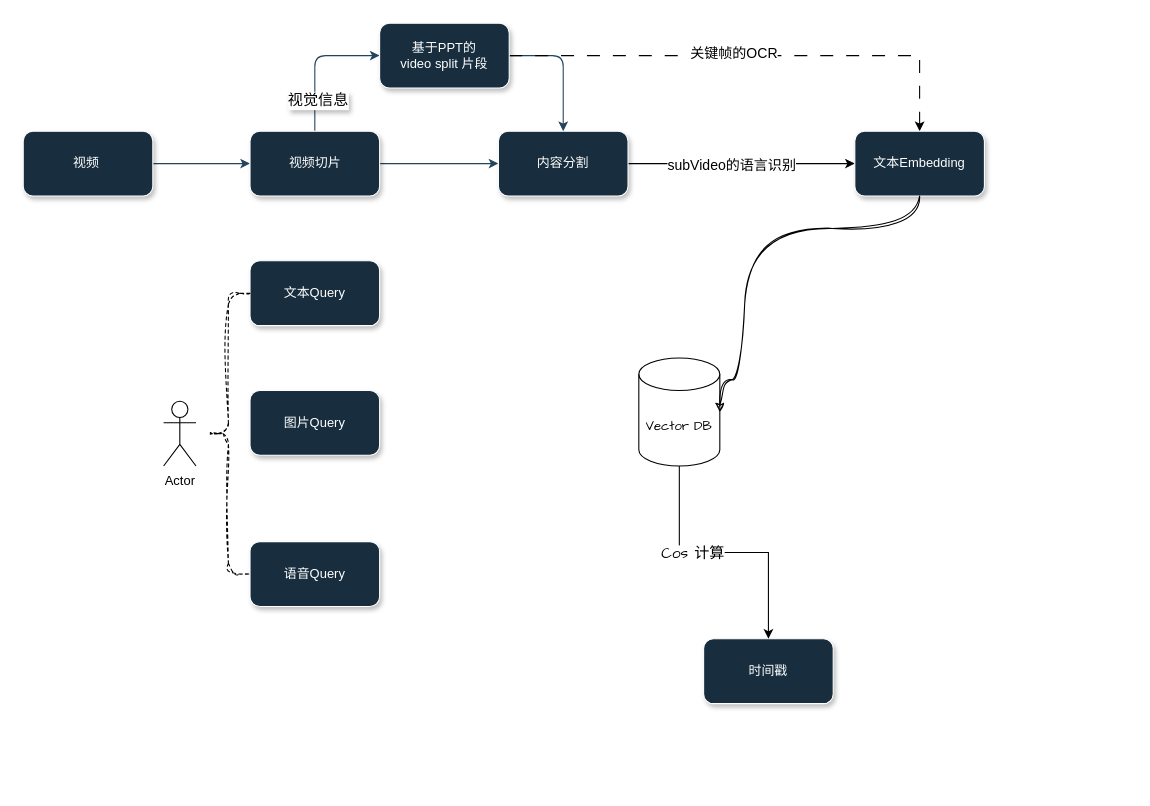
Above: Research_framework.drawio in ActiveSky/Drawio-repo (draw.io), before the change. Source tidied: cells renumbered, new cells numbered last; positions are measured from the earlier drawing's top-left corner, leaving out a move shared by most shapes. Both pictures are drawn from the tidied source at 108%, with x=0, y=0 at pixel (23, 23).
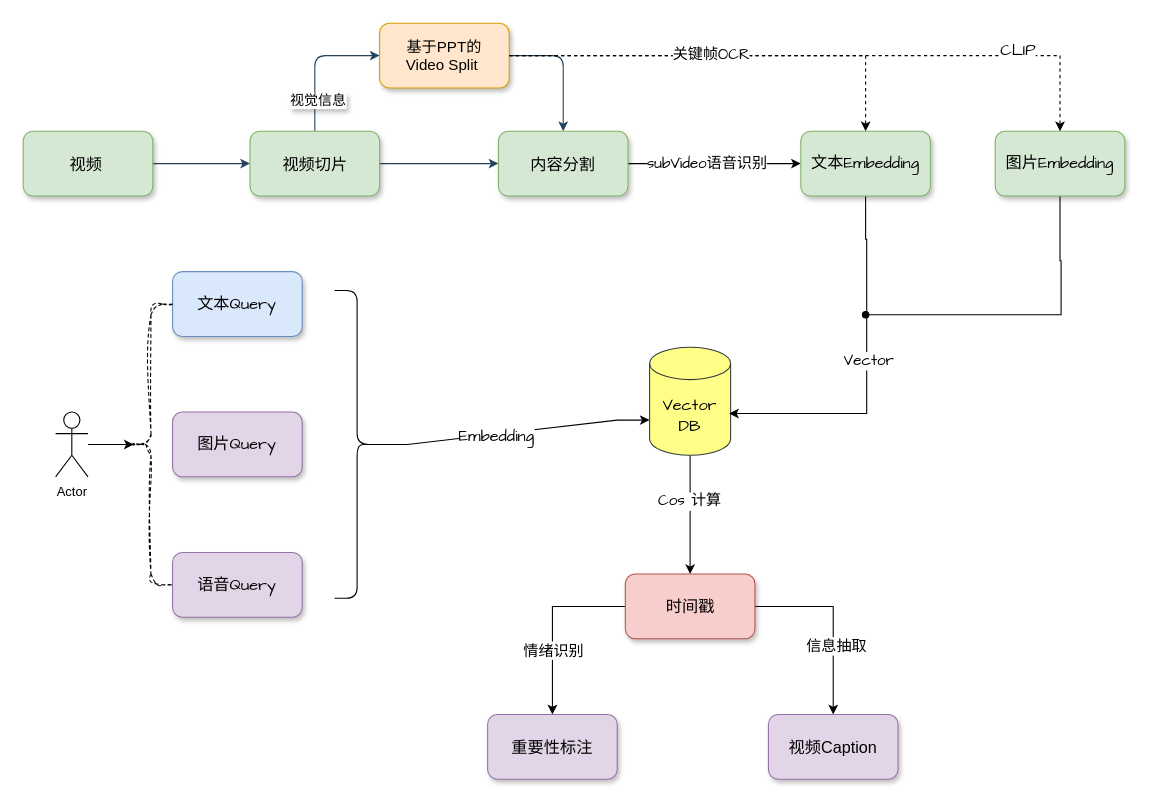
Above is the later version.

The change refers to these unchanged cells:
```xml
<mxCell id="5" style="edgeStyle=orthogonalEdgeStyle;rounded=1;jettySize=auto;html=1;exitX=0.5;exitY=0;exitDx=0;exitDy=0;entryX=0;entryY=0.5;entryDx=0;entryDy=0;labelBackgroundColor=none;strokeColor=#23445D;fontColor=default;" parent="1" edge="1" source="7" target="14">
  <mxGeometry relative="1" as="geometry" />
</mxCell>
<mxCell id="8" style="edgeStyle=orthogonalEdgeStyle;rounded=0;jettySize=auto;html=1;exitX=1;exitY=0.5;exitDx=0;exitDy=0;" parent="1" edge="1" source="10" target="20">
  <mxGeometry relative="1" as="geometry" />
</mxCell>
```

Diff of the diagram source:
```diff
@@
-    <mxCell id="3" value="视频&lt;span style=&quot;white-space: pre;&quot;&gt;&#9;&lt;/span&gt;" style="rounded=1;whiteSpace=wrap;html=1;shadow=1;labelBackgroundColor=none;fillColor=#182E3E;strokeColor=#FFFFFF;fontColor=#FFFFFF;" parent="1" vertex="1">
+    <mxCell id="3" value="视频&lt;span style=&quot;white-space: pre; font-size: 15px;&quot;&gt;&#9;&lt;/span&gt;" style="rounded=1;whiteSpace=wrap;html=1;shadow=1;labelBackgroundColor=none;fillColor=#d5e8d4;strokeColor=#82b366;fontSize=15;" parent="1" vertex="1">
       <mxGeometry y="100" width="120" height="60" as="geometry" />
     </mxCell>
@@
-    <mxCell id="6" value="视觉信息" style="edgeLabel;html=1;align=center;verticalAlign=middle;fontSize=14;fontFamily=Comic Sans MS;textShadow=1;" parent="5" vertex="1">
+    <mxCell id="6" value="视觉信息" style="edgeLabel;html=1;align=center;verticalAlign=middle;fontSize=13;fontFamily=Comic Sans MS;textShadow=1;" parent="5" vertex="1">
       <mxGeometry x="-0.55" y="-2" relative="1" as="geometry" />
     </mxCell>
-    <mxCell id="7" value="视频切片" style="rounded=1;html=1;shadow=1;labelBackgroundColor=none;fillColor=#182E3E;strokeColor=#FFFFFF;fontColor=#FFFFFF;" parent="1" vertex="1">
+    <mxCell id="7" value="视频切片" style="rounded=1;html=1;shadow=1;labelBackgroundColor=none;fillColor=#d5e8d4;strokeColor=#82b366;fontSize=15;" parent="1" vertex="1">
       <mxGeometry x="210" y="100" width="120" height="60" as="geometry" />
     </mxCell>
@@
-    <mxCell id="9" value="subVideo的语言识别" style="edgeLabel;html=1;align=center;verticalAlign=middle;fontSize=13;" parent="8" vertex="1">
+    <mxCell id="9" value="subVideo语音识别" style="edgeLabel;html=1;align=center;verticalAlign=middle;fontSize=14;fontFamily=Comic Sans MS;" parent="8" vertex="1">
       <mxGeometry x="-0.1" relative="1" as="geometry" />
     </mxCell>
-    <mxCell id="10" value="内容分割" style="rounded=1;whiteSpace=wrap;html=1;shadow=1;labelBackgroundColor=none;fillColor=#182E3E;strokeColor=#FFFFFF;fontColor=#FFFFFF;" parent="1" vertex="1">
+    <mxCell id="10" value="内容分割" style="rounded=1;whiteSpace=wrap;html=1;shadow=1;labelBackgroundColor=none;fillColor=#d5e8d4;strokeColor=#82b366;fontSize=15;" parent="1" vertex="1">
       <mxGeometry x="440" y="100" width="120" height="60" as="geometry" />
     </mxCell>
@@
-    <mxCell id="12" style="edgeStyle=orthogonalEdgeStyle;rounded=0;jettySize=auto;html=1;exitX=1;exitY=0.5;exitDx=0;exitDy=0;entryX=0.5;entryY=0;entryDx=0;entryDy=0;dashed=1;dashPattern=12 12;" parent="1" edge="1" source="14" target="20">
+    <mxCell id="12" style="edgeStyle=orthogonalEdgeStyle;rounded=0;jettySize=auto;html=1;exitX=1;exitY=0.5;exitDx=0;exitDy=0;entryX=0.5;entryY=0;entryDx=0;entryDy=0;dashed=1;" parent="1" edge="1" source="14" target="20">
       <mxGeometry relative="1" as="geometry" />
     </mxCell>
-    <mxCell id="13" value="关键帧的OCR" style="edgeLabel;html=1;align=center;verticalAlign=middle;fontSize=13;" parent="12" vertex="1">
-      <mxGeometry x="-0.08" y="3" relative="1" as="geometry" />
-    </mxCell>
-    <mxCell id="14" value="基于PPT的&lt;div&gt;video split 片段&lt;/div&gt;" style="rounded=1;whiteSpace=wrap;html=1;shadow=1;labelBackgroundColor=none;fillColor=#182E3E;strokeColor=#FFFFFF;fontColor=#FFFFFF;" parent="1" vertex="1">
+    <mxCell id="14" value="基于PPT的&lt;div style=&quot;font-size: 14px;&quot;&gt;Video Split&amp;nbsp;&lt;/div&gt;" style="rounded=1;whiteSpace=wrap;html=1;shadow=1;labelBackgroundColor=none;fillColor=#ffe6cc;strokeColor=#d79b00;fontSize=14;" parent="1" vertex="1">
       <mxGeometry x="330" width="120" height="60" as="geometry" />
     </mxCell>
-    <mxCell id="15" value="文本Query" style="rounded=1;whiteSpace=wrap;html=1;shadow=1;labelBackgroundColor=none;fillColor=#182E3E;strokeColor=#FFFFFF;fontColor=#FFFFFF;" parent="1" vertex="1">
-      <mxGeometry x="210" y="220" width="120" height="60" as="geometry" />
+    <mxCell id="15" value="文本Query" style="rounded=1;whiteSpace=wrap;html=1;shadow=1;labelBackgroundColor=none;fillColor=#dae8fc;strokeColor=#6c8ebf;fontFamily=Comic Sans MS;fontSize=15;" parent="1" vertex="1">
+      <mxGeometry x="138.3" y="230" width="120" height="60" as="geometry" />
     </mxCell>
+    <mxCell id="26" style="edgeStyle=orthogonalEdgeStyle;rounded=0;jettySize=auto;html=1;" parent="1" edge="1" source="16" target="41">
+      <mxGeometry relative="1" as="geometry" />
+    </mxCell>
+    <mxCell id="27" value="信息抽取" style="edgeLabel;html=1;align=center;verticalAlign=middle;fontSize=14;" parent="26" vertex="1">
+      <mxGeometry x="0.26" y="2" relative="1" as="geometry" />
+    </mxCell>
+    <mxCell id="28" style="edgeStyle=orthogonalEdgeStyle;rounded=0;jettySize=auto;html=1;entryX=0.5;entryY=0;entryDx=0;entryDy=0;" parent="1" edge="1" source="16" target="40">
+      <mxGeometry relative="1" as="geometry" />
+    </mxCell>
+    <mxCell id="29" value="情绪识别" style="edgeLabel;html=1;align=center;verticalAlign=middle;fontSize=14;" parent="28" vertex="1">
+      <mxGeometry x="0.29" relative="1" as="geometry" />
+    </mxCell>
-    <mxCell id="16" value="时间戳" style="rounded=1;whiteSpace=wrap;html=1;shadow=1;labelBackgroundColor=none;fillColor=#182E3E;strokeColor=#FFFFFF;fontColor=#FFFFFF;" parent="1" vertex="1">
-      <mxGeometry x="630" y="570" width="120" height="60" as="geometry" />
+    <mxCell id="16" value="时间戳" style="rounded=1;whiteSpace=wrap;html=1;shadow=1;labelBackgroundColor=none;fillColor=#f8cecc;strokeColor=#b85450;fontSize=15;" parent="1" vertex="1">
+      <mxGeometry x="557.5" y="510" width="120" height="60" as="geometry" />
     </mxCell>
@@
-    <mxCell id="19" value="&lt;font face=&quot;Comic Sans MS&quot;&gt;Vector DB&lt;/font&gt;" style="shape=cylinder3;whiteSpace=wrap;html=1;boundedLbl=1;backgroundOutline=1;size=15;" parent="1" vertex="1">
-      <mxGeometry x="570" y="310" width="75" height="100" as="geometry" />
+    <mxCell id="19" value="&lt;font face=&quot;Comic Sans MS&quot; style=&quot;font-size: 15px;&quot;&gt;Vector DB&lt;/font&gt;" style="shape=cylinder3;whiteSpace=wrap;html=1;boundedLbl=1;backgroundOutline=1;size=15;fillColor=#ffff88;strokeColor=#36393d;fontSize=15;" parent="1" vertex="1">
+      <mxGeometry x="580" y="300" width="75" height="100" as="geometry" />
     </mxCell>
+    <mxCell id="22" style="edgeStyle=orthogonalEdgeStyle;rounded=0;jettySize=auto;html=1;entryX=0.981;entryY=0.614;entryDx=0;entryDy=0;entryPerimeter=0;" parent="1" edge="1" source="20" target="19">
+      <mxGeometry relative="1" as="geometry">
+        <Array as="points">
+          <mxPoint x="780" y="200" />
+          <mxPoint x="781" y="200" />
+          <mxPoint x="781" y="361" />
+        </Array>
+      </mxGeometry>
+    </mxCell>
+    <mxCell id="30" value="Vector" style="edgeLabel;html=1;align=center;verticalAlign=middle;fontSize=14;fontFamily=Comic Sans MS;" parent="22" vertex="1">
+      <mxGeometry x="-0.07" y="1" relative="1" as="geometry" />
+    </mxCell>
-    <mxCell id="20" value="文本Embedding" style="rounded=1;whiteSpace=wrap;html=1;shadow=1;labelBackgroundColor=none;fillColor=#182E3E;strokeColor=#FFFFFF;fontColor=#FFFFFF;" parent="1" vertex="1">
-      <mxGeometry x="770" y="100" width="120" height="60" as="geometry" />
+    <mxCell id="20" value="文本Embedding" style="rounded=1;whiteSpace=wrap;html=1;shadow=1;labelBackgroundColor=none;fillColor=#d5e8d4;strokeColor=#82b366;fontSize=15;fontFamily=Comic Sans MS;" parent="1" vertex="1">
+      <mxGeometry x="720" y="100" width="120" height="60" as="geometry" />
     </mxCell>
     <mxCell id="21" value="Actor" style="shape=umlActor;verticalLabelPosition=bottom;verticalAlign=top;html=1;outlineConnect=0;" parent="1" vertex="1">
-      <mxGeometry x="130" y="350" width="30" height="60" as="geometry" />
+      <mxGeometry x="30" y="360" width="30" height="60" as="geometry" />
     </mxCell>
-    <mxCell id="22" style="edgeStyle=orthogonalEdgeStyle;rounded=0;jettySize=auto;html=1;entryX=1;entryY=0.5;entryDx=0;entryDy=0;entryPerimeter=0;curved=1;sketch=1;curveFitting=1;jiggle=2;" parent="1" edge="1" source="20" target="19">
-      <mxGeometry relative="1" as="geometry">
-        <Array as="points">
-          <mxPoint x="830" y="190" />
-          <mxPoint x="668" y="190" />
-          <mxPoint x="668" y="330" />
-        </Array>
-      </mxGeometry>
-    </mxCell>
-    <mxCell id="23" value="语音Query" style="rounded=1;whiteSpace=wrap;html=1;shadow=1;labelBackgroundColor=none;fillColor=#182E3E;strokeColor=#FFFFFF;fontColor=#FFFFFF;" parent="1" vertex="1">
-      <mxGeometry x="210" y="480" width="120" height="60" as="geometry" />
+    <mxCell id="23" value="语音Query" style="rounded=1;whiteSpace=wrap;html=1;shadow=1;labelBackgroundColor=none;fillColor=#e1d5e7;strokeColor=#9673a6;fontFamily=Comic Sans MS;fontSize=15;" parent="1" vertex="1">
+      <mxGeometry x="138.3" y="490" width="120" height="60" as="geometry" />
     </mxCell>
-    <mxCell id="24" value="图片Query" style="rounded=1;whiteSpace=wrap;html=1;shadow=1;labelBackgroundColor=none;fillColor=#182E3E;strokeColor=#FFFFFF;fontColor=#FFFFFF;" parent="1" vertex="1">
-      <mxGeometry x="210" y="340" width="120" height="60" as="geometry" />
+    <mxCell id="24" value="图片Query" style="rounded=1;whiteSpace=wrap;html=1;shadow=1;labelBackgroundColor=none;fillColor=#e1d5e7;strokeColor=#9673a6;fontFamily=Comic Sans MS;fontSize=15;" parent="1" vertex="1">
+      <mxGeometry x="138.3" y="360" width="120" height="60" as="geometry" />
     </mxCell>
     <mxCell id="25" style="shape=curlyBracket;whiteSpace=wrap;html=1;rounded=1;labelPosition=left;verticalLabelPosition=middle;align=right;verticalAlign=middle;labelBackgroundColor=none;labelBorderColor=none;textShadow=0;sketch=1;curveFitting=1;jiggle=2;gradientColor=none;dashed=1;shadow=0;fillStyle=zigzag;" parent="1" vertex="1">
-      <mxGeometry x="170" y="250" width="40" height="260" as="geometry" />
+      <mxGeometry x="98.3" y="260" width="40" height="260" as="geometry" />
     </mxCell>
+    <mxCell id="31" style="edgeStyle=orthogonalEdgeStyle;rounded=0;jettySize=auto;html=1;endArrow=oval;endFill=1;" parent="1" edge="1" source="32">
+      <mxGeometry relative="1" as="geometry">
+        <mxPoint x="780" y="270" as="targetPoint" />
+        <Array as="points">
+          <mxPoint x="960" y="220" />
+          <mxPoint x="961" y="220" />
+        </Array>
+      </mxGeometry>
+    </mxCell>
+    <mxCell id="32" value="图片Embedding" style="rounded=1;whiteSpace=wrap;html=1;shadow=1;labelBackgroundColor=none;fillColor=#d5e8d4;strokeColor=#82b366;fontSize=15;fontFamily=Comic Sans MS;" parent="1" vertex="1">
+      <mxGeometry x="900" y="100" width="120" height="60" as="geometry" />
+    </mxCell>
+    <mxCell id="33" style="edgeStyle=orthogonalEdgeStyle;rounded=0;jettySize=auto;html=1;dashed=1;" parent="1" edge="1" source="14" target="32">
+      <mxGeometry relative="1" as="geometry" />
+    </mxCell>
+    <mxCell id="34" value="&lt;font style=&quot;font-size: 15px;&quot;&gt;CLIP&lt;/font&gt;&lt;div style=&quot;font-size: 15px;&quot;&gt;&lt;br style=&quot;font-size: 15px;&quot;&gt;&lt;/div&gt;" style="edgeLabel;html=1;align=center;verticalAlign=middle;fontFamily=Comic Sans MS;fontSize=15;" parent="33" vertex="1">
+      <mxGeometry x="0.62" y="-3" relative="1" as="geometry" />
+    </mxCell>
+    <mxCell id="35" style="edgeLabel;html=1;align=center;verticalAlign=middle;" parent="33" vertex="1">
+      <mxGeometry x="-0.34" relative="1" as="geometry" />
+    </mxCell>
+    <mxCell id="36" value="关键帧OCR" style="edgeLabel;html=1;align=center;verticalAlign=middle;fontSize=14;fontFamily=Comic Sans MS;" parent="33" vertex="1">
+      <mxGeometry x="-0.36" y="1" relative="1" as="geometry" />
+    </mxCell>
+    <mxCell id="37" style="shape=curlyBracket;whiteSpace=wrap;html=1;rounded=1;flipH=1;labelPosition=right;verticalLabelPosition=middle;align=left;verticalAlign=middle;" parent="1" vertex="1">
+      <mxGeometry x="288.3" y="247.5" width="41.7" height="285" as="geometry" />
+    </mxCell>
+    <mxCell id="38" style="edgeStyle=entityRelationEdgeStyle;rounded=0;jettySize=auto;html=1;exitX=0.1;exitY=0.5;exitDx=0;exitDy=0;exitPerimeter=0;entryX=0;entryY=0;entryDx=0;entryDy=67.5;entryPerimeter=0;elbow=vertical;" parent="1" edge="1" source="37" target="19">
+      <mxGeometry relative="1" as="geometry" />
+    </mxCell>
+    <mxCell id="39" value="Embedding" style="edgeLabel;html=1;align=center;verticalAlign=middle;fontFamily=Comic Sans MS;fontSize=15;" parent="38" vertex="1">
+      <mxGeometry x="-0.12" y="-1" relative="1" as="geometry" />
+    </mxCell>
+    <mxCell id="40" value="重要性标注" style="rounded=1;whiteSpace=wrap;html=1;shadow=1;labelBackgroundColor=none;fillColor=#e1d5e7;strokeColor=#9673a6;fontSize=15;" parent="1" vertex="1">
+      <mxGeometry x="430" y="640" width="120" height="60" as="geometry" />
+    </mxCell>
+    <mxCell id="41" value="视频Caption" style="rounded=1;whiteSpace=wrap;html=1;shadow=1;labelBackgroundColor=none;fillColor=#e1d5e7;strokeColor=#9673a6;fontSize=15;" parent="1" vertex="1">
+      <mxGeometry x="690" y="640" width="120" height="60" as="geometry" />
+    </mxCell>
+    <mxCell id="42" style="edgeStyle=orthogonalEdgeStyle;rounded=0;jettySize=auto;html=1;entryX=0.1;entryY=0.5;entryDx=0;entryDy=0;entryPerimeter=0;" parent="1" edge="1" source="21" target="25">
+      <mxGeometry relative="1" as="geometry" />
+    </mxCell>
```
